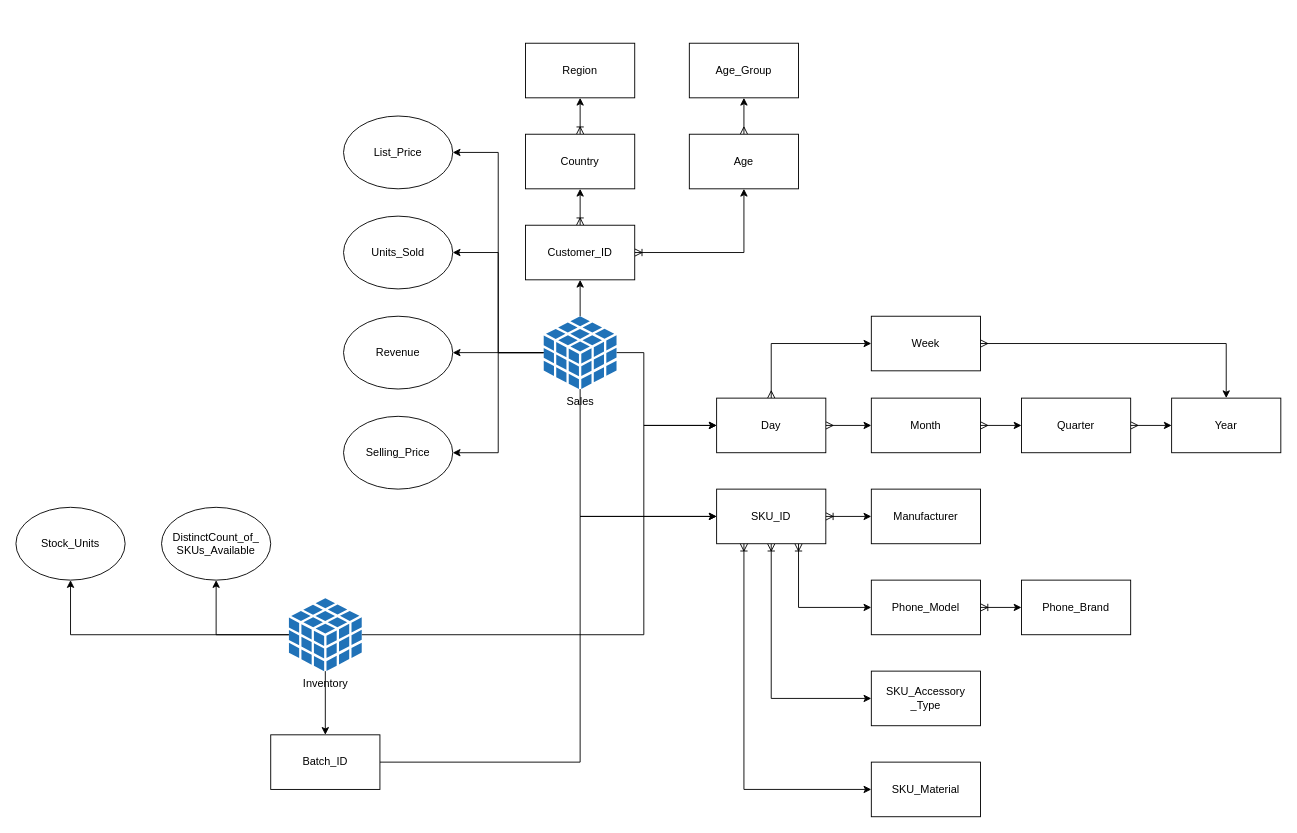
Before: Data Warehousing/MultiDim_Modelling_Exercise/M/ER_Diagram.drawio in pmarcello01/Marcell_Poerczi_BIPM2026, a draw.io diagram. Source tidied: cells renumbered, new cells numbered last; positions are measured from the earlier drawing's top-left corner, leaving out a move shared by most shapes. Both pictures are drawn from the tidied source at 91%, with x=0, y=0 at pixel (15, 43).
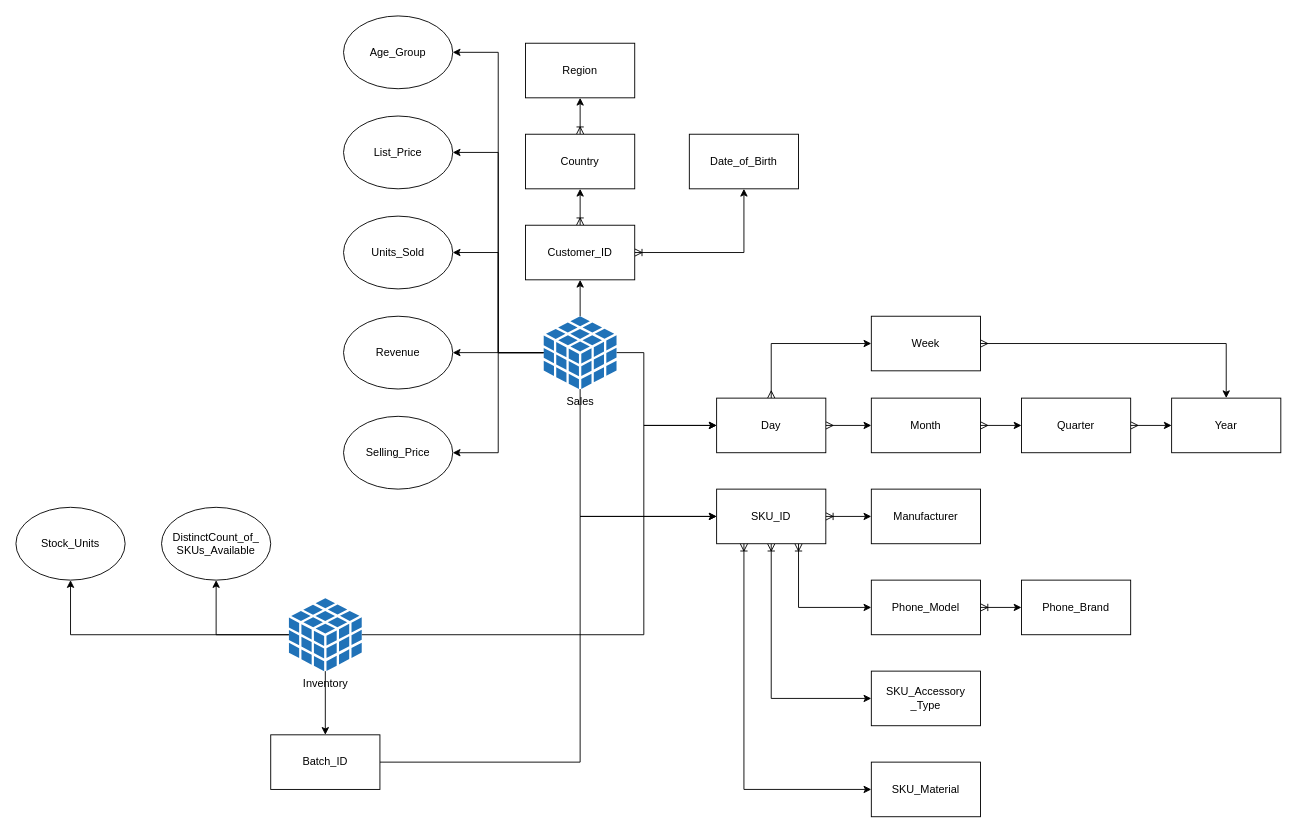
The same page after the edit.

The change refers to these unchanged cells:
```xml
<mxCell id="9" value="Sales" style="sketch=0;shadow=0;dashed=0;html=1;strokeColor=none;labelPosition=center;verticalLabelPosition=bottom;verticalAlign=top;outlineConnect=0;align=center;shape=mxgraph.office.databases.database_cube;fillColor=#2072B8;labelPerimeter=1;" parent="1" vertex="1">
  <mxGeometry x="580" y="300" width="80" height="80" as="geometry" />
</mxCell>
```

What changed in the source:
```diff
@@
+    <mxCell id="53" style="edgeStyle=orthogonalEdgeStyle;rounded=0;jettySize=auto;html=1;entryX=1;entryY=0.5;entryDx=0;entryDy=0;defaultLabelBackgroundColor=page;labelPadding=0 4;" parent="1" edge="1" source="9" target="36">
+      <mxGeometry relative="1" as="geometry" />
+    </mxCell>
@@
-    <mxCell id="34" style="edgeStyle=orthogonalEdgeStyle;rounded=0;jettySize=auto;html=1;defaultLabelBackgroundColor=page;labelPadding=0 4;startArrow=ERmany;startFill=0;" parent="1" edge="1" source="35" target="36">
-      <mxGeometry relative="1" as="geometry" />
-    </mxCell>
-    <mxCell id="35" value="Age" style="rounded=0;whiteSpace=wrap;html=1;" parent="1" vertex="1">
+    <mxCell id="35" value="Date_of_Birth" style="rounded=0;whiteSpace=wrap;html=1;" parent="1" vertex="1">
       <mxGeometry x="740" y="100" width="120" height="60" as="geometry" />
     </mxCell>
-    <mxCell id="36" value="Age_Group" style="rounded=0;whiteSpace=wrap;html=1;" parent="1" vertex="1">
-      <mxGeometry x="740" width="120" height="60" as="geometry" />
-    </mxCell>
@@
+    <mxCell id="36" value="Age_Group" style="ellipse;whiteSpace=wrap;html=1;shapeInside=1;" parent="1" vertex="1">
+      <mxGeometry x="360" y="-30" width="120" height="80" as="geometry" />
+    </mxCell>
```
